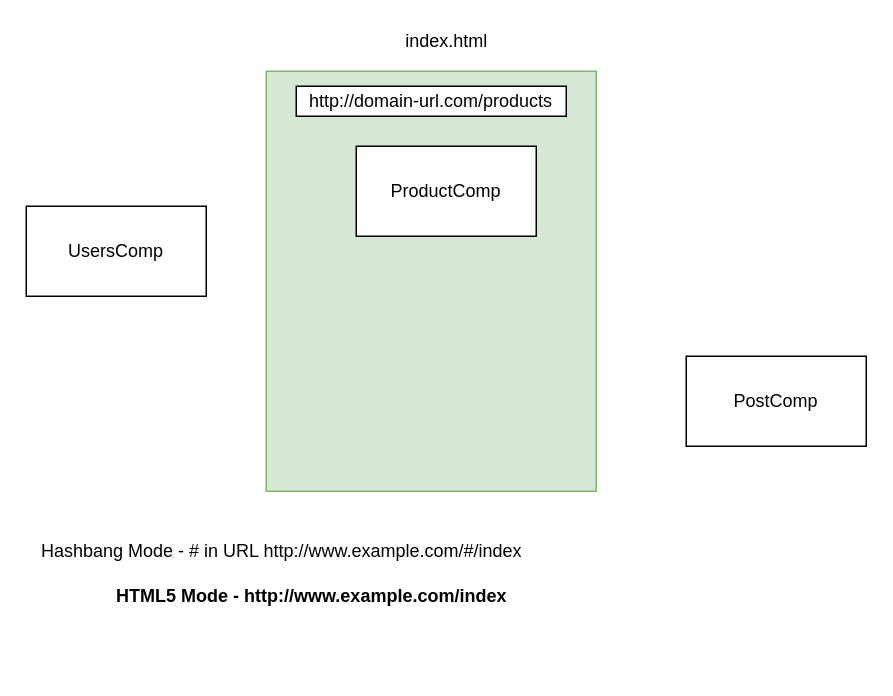
Before: page "Page-15" (15 of 15) of refs/diagrams.drawio in synergy2411/citius-jan22, a draw.io diagram. Source tidied: cells renumbered, new cells numbered last; positions are measured from the earlier drawing's top-left corner, leaving out a move shared by most shapes. Both pictures are drawn from the tidied source at 150%, with x=0, y=0 at pixel (26, 26).
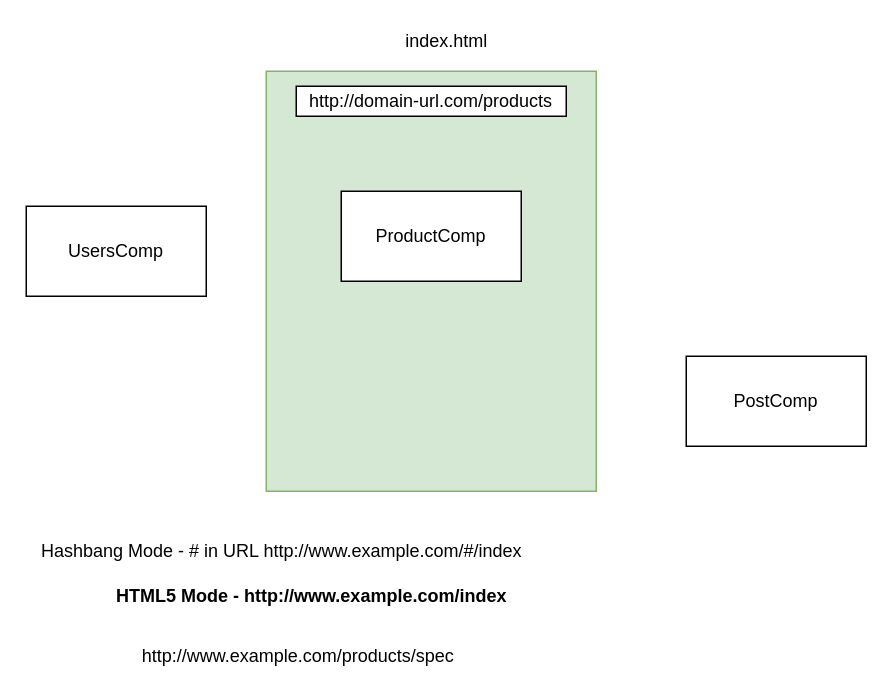
The same page after the edit.

Commit message:
route params added

Change to the diagram source:
```diff
@@
 <mxGraphModel>
   <root>
     <mxCell id="0" />
     <mxCell id="1" parent="0" />
     <mxCell id="2" style="rounded=0;whiteSpace=wrap;html=1;fillColor=#d5e8d4;strokeColor=#82b366;" parent="1" vertex="1">
       <mxGeometry x="160" y="30" width="220" height="280" as="geometry" />
     </mxCell>
     <mxCell id="3" value="index.html" style="text;html=1;align=center;verticalAlign=middle;strokeColor=none;fillColor=none;" parent="1" vertex="1">
       <mxGeometry x="245" width="70" height="20" as="geometry" />
     </mxCell>
     <mxCell id="4" value="http://domain-url.com/products" style="rounded=0;whiteSpace=wrap;html=1;" parent="1" vertex="1">
       <mxGeometry x="180" y="40" width="180" height="20" as="geometry" />
     </mxCell>
     <mxCell id="5" value="UsersComp" style="rounded=0;whiteSpace=wrap;html=1;" parent="1" vertex="1">
       <mxGeometry y="120" width="120" height="60" as="geometry" />
     </mxCell>
     <mxCell id="6" value="ProductComp" style="rounded=0;whiteSpace=wrap;html=1;" parent="1" vertex="1">
-      <mxGeometry x="220" y="80" width="120" height="60" as="geometry" />
+      <mxGeometry x="210" y="110" width="120" height="60" as="geometry" />
     </mxCell>
     <mxCell id="7" value="PostComp" style="rounded=0;whiteSpace=wrap;html=1;" parent="1" vertex="1">
       <mxGeometry x="440" y="220" width="120" height="60" as="geometry" />
     </mxCell>
     <mxCell id="8" value="Hashbang Mode - # in URL http://www.example.com/#/index" style="text;html=1;align=center;verticalAlign=middle;strokeColor=none;fillColor=none;" parent="1" vertex="1">
       <mxGeometry y="340" width="340" height="20" as="geometry" />
     </mxCell>
     <mxCell id="9" value="&lt;b&gt;HTML5 Mode - http://www.example.com/index&lt;/b&gt;" style="text;html=1;align=center;verticalAlign=middle;strokeColor=none;fillColor=none;" parent="1" vertex="1">
       <mxGeometry x="50" y="370" width="280" height="20" as="geometry" />
     </mxCell>
+    <mxCell id="10" value="http://www.example.com/products/spec" style="text;html=1;align=center;verticalAlign=middle;strokeColor=none;fillColor=none;" parent="1" vertex="1">
+      <mxGeometry x="71" y="410" width="220" height="20" as="geometry" />
+    </mxCell>
   </root>
 </mxGraphModel>
```
